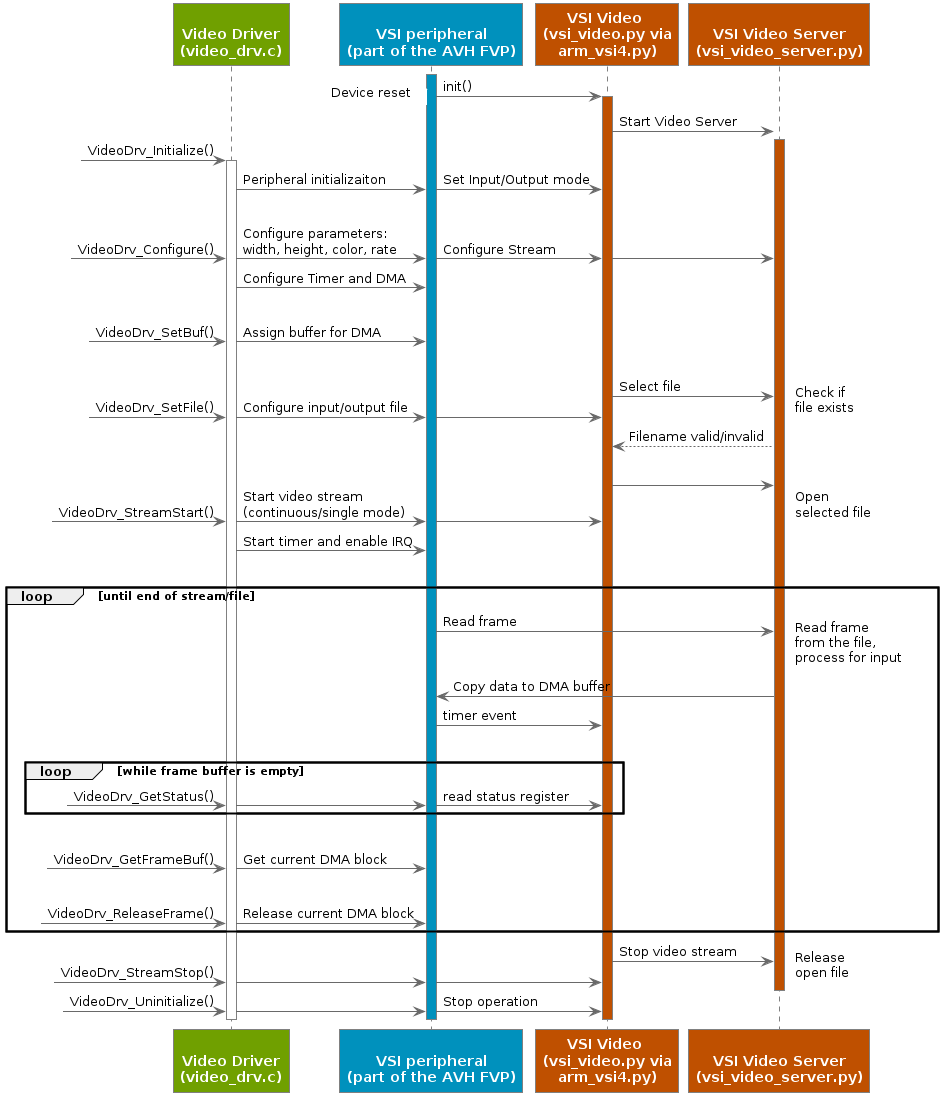
The PlantUML diagram main/simulation/html/using_video_vsi_uml.png in ARM-software/AVH, before a commit.
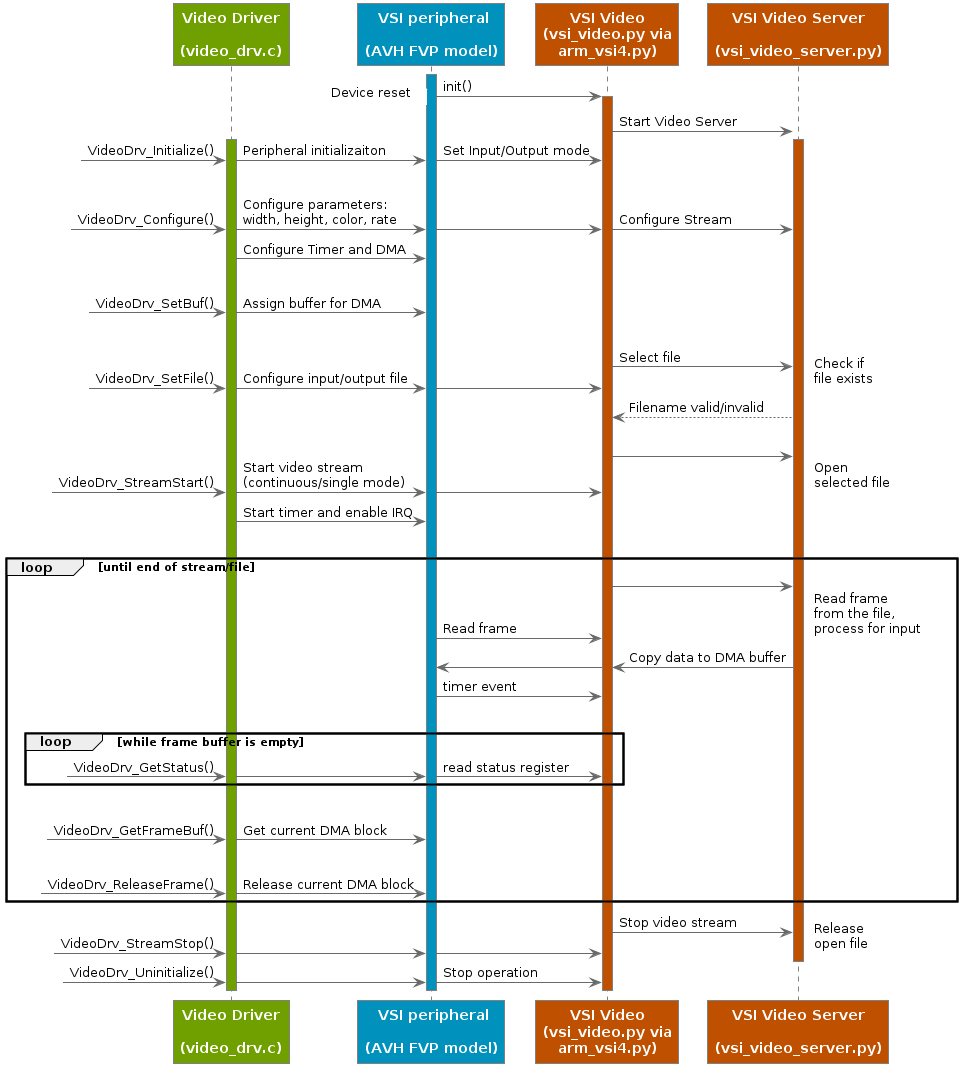
The same diagram one commit later.

Change to the diagram source:
```diff
@@ -16,10 +16,10 @@
 LifeLineBorderColor #Grey
 }
 
-participant VideoDrv as " \nVideo Driver\n(video_drv.c)" #70A000
-participant VSIPer as " \nVSI peripheral\n(part of the AVH FVP)" #0091BD
-participant VSIVideopy as "VSI Video \n(vsi_video.py via\narm_vsi4.py)" #BF5000
-participant VSIVideoSrvpy as "\nVSI Video Server\n(vsi_video_server.py)" #BF5000
+participant VideoDrv as "Video Driver\n\n(video_drv.c)" #70A000
+participant VSIPer as " VSI peripheral\n\n(AVH FVP model)" #0091BD
+participant VSIVideopy as "VSI Video\n(vsi_video.py via\narm_vsi4.py)" #BF5000
+participant VSIVideoSrvpy as "VSI Video Server\n\n(vsi_video_server.py)" #BF5000
 
 activate VSIPer #0091BD
 
@@ -29,9 +29,8 @@
 & VSIVideopy -> VSIVideoSrvpy : Start Video Server
 activate VSIVideoSrvpy #BF5000
 
-
+activate VideoDrv #70A000
 ?-> VideoDrv : VideoDrv_Initialize()
-activate VideoDrv #70A000
 & VideoDrv -> VSIPer : Peripheral initializaiton
 & VSIPer -> VSIVideopy : Set Input/Output mode
 
@@ -39,8 +38,8 @@
 
 ?-> VideoDrv: VideoDrv_Configure()
 & VideoDrv -> VSIPer : Configure parameters:\nwidth, height, color, rate
-& VSIPer -> VSIVideopy : Configure Stream
-& VSIVideopy -> VSIVideoSrvpy
+& VSIPer -> VSIVideopy
+& VSIVideopy -> VSIVideoSrvpy : Configure Stream
 VideoDrv -> VSIPer: Configure Timer and DMA
 |||
 
@@ -65,9 +64,11 @@
 |||
 
 loop until end of stream/file
-VSIPer -> VSIVideoSrvpy : Read frame
+VSIPer -> VSIVideopy : Read frame
+& VSIVideopy -> VSIVideoSrvpy
 note right: Read frame\nfrom the file,\nprocess for input
-VSIPer <- VSIVideoSrvpy : Copy data to DMA buffer
+VSIVideopy <- VSIVideoSrvpy : Copy data to DMA buffer
+& VSIPer <- VSIVideopy
 VSIPer -> VSIVideopy : timer event
 |||
 
```
